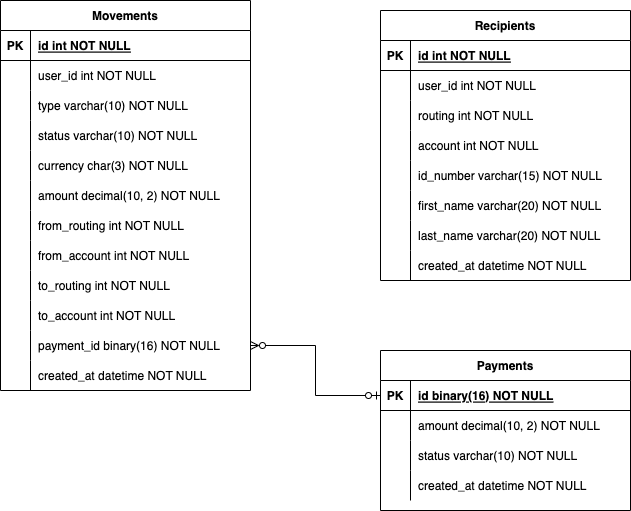
Before: docs/models.png, a diagram exported from draw.io (ariel17/ontop_challenge). Source tidied: cells renumbered, new cells last; positions are measured from the earlier drawing's top-left corner, leaving out a move shared by most shapes.
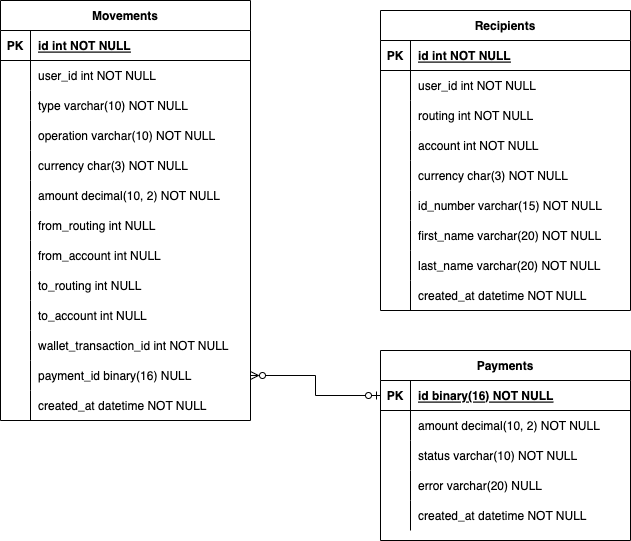
The same file after the commit.

Commit message:
Updates models diagram.

Change to the diagram source:
```diff
@@ -3,7 +3,7 @@
     <mxCell id="0" />
     <mxCell id="1" parent="0" />
     <mxCell id="2" value="Movements" style="shape=table;startSize=30;rowLines=0;fontStyle=1;align=center;" parent="1" vertex="1">
-      <mxGeometry width="250" height="390" as="geometry" />
+      <mxGeometry width="250" height="420" as="geometry" />
     </mxCell>
     <mxCell id="3" style="shape=partialRectangle;fillColor=none;top=0;left=0;right=0;bottom=1;" parent="2" vertex="1">
       <mxGeometry y="30" width="250" height="30" as="geometry" />
@@ -38,7 +38,7 @@
     <mxCell id="13" style="shape=partialRectangle;overflow=hidden;fillColor=none;top=0;left=0;bottom=0;right=0;" parent="12" vertex="1">
       <mxGeometry width="30" height="30" as="geometry" />
     </mxCell>
-    <mxCell id="14" value="status varchar(10) NOT NULL" style="shape=partialRectangle;overflow=hidden;fillColor=none;top=0;left=0;bottom=0;right=0;align=left;spacingLeft=6;" parent="12" vertex="1">
+    <mxCell id="14" value="operation varchar(10) NOT NULL" style="shape=partialRectangle;overflow=hidden;fillColor=none;top=0;left=0;bottom=0;right=0;align=left;spacingLeft=6;" parent="12" vertex="1">
       <mxGeometry x="30" width="220" height="30" as="geometry" />
     </mxCell>
     <mxCell id="15" style="shape=partialRectangle;fillColor=none;top=0;left=0;right=0;bottom=0;" parent="2" vertex="1">
@@ -65,7 +65,7 @@
     <mxCell id="22" style="shape=partialRectangle;overflow=hidden;fillColor=none;top=0;left=0;bottom=0;right=0;" parent="21" vertex="1">
       <mxGeometry width="30" height="30" as="geometry" />
     </mxCell>
-    <mxCell id="23" value="from_routing int NOT NULL" style="shape=partialRectangle;overflow=hidden;fillColor=none;top=0;left=0;bottom=0;right=0;align=left;spacingLeft=6;" parent="21" vertex="1">
+    <mxCell id="23" value="from_routing int NULL" style="shape=partialRectangle;overflow=hidden;fillColor=none;top=0;left=0;bottom=0;right=0;align=left;spacingLeft=6;" parent="21" vertex="1">
       <mxGeometry x="30" width="220" height="30" as="geometry" />
     </mxCell>
     <mxCell id="24" style="shape=partialRectangle;fillColor=none;top=0;left=0;right=0;bottom=0;" parent="2" vertex="1">
@@ -74,7 +74,7 @@
     <mxCell id="25" style="shape=partialRectangle;overflow=hidden;fillColor=none;top=0;left=0;bottom=0;right=0;" parent="24" vertex="1">
       <mxGeometry width="30" height="30" as="geometry" />
     </mxCell>
-    <mxCell id="26" value="from_account int NOT NULL" style="shape=partialRectangle;overflow=hidden;fillColor=none;top=0;left=0;bottom=0;right=0;align=left;spacingLeft=6;" parent="24" vertex="1">
+    <mxCell id="26" value="from_account int NULL" style="shape=partialRectangle;overflow=hidden;fillColor=none;top=0;left=0;bottom=0;right=0;align=left;spacingLeft=6;" parent="24" vertex="1">
       <mxGeometry x="30" width="220" height="30" as="geometry" />
     </mxCell>
     <mxCell id="27" style="shape=partialRectangle;fillColor=none;top=0;left=0;right=0;bottom=0;" parent="2" vertex="1">
@@ -83,7 +83,7 @@
     <mxCell id="28" style="shape=partialRectangle;overflow=hidden;fillColor=none;top=0;left=0;bottom=0;right=0;" parent="27" vertex="1">
       <mxGeometry width="30" height="30" as="geometry" />
     </mxCell>
-    <mxCell id="29" value="to_routing int NOT NULL" style="shape=partialRectangle;overflow=hidden;fillColor=none;top=0;left=0;bottom=0;right=0;align=left;spacingLeft=6;" parent="27" vertex="1">
+    <mxCell id="29" value="to_routing int NULL" style="shape=partialRectangle;overflow=hidden;fillColor=none;top=0;left=0;bottom=0;right=0;align=left;spacingLeft=6;" parent="27" vertex="1">
       <mxGeometry x="30" width="220" height="30" as="geometry" />
     </mxCell>
     <mxCell id="30" style="shape=partialRectangle;fillColor=none;top=0;left=0;right=0;bottom=0;" parent="2" vertex="1">
@@ -92,20 +92,29 @@
     <mxCell id="31" style="shape=partialRectangle;overflow=hidden;fillColor=none;top=0;left=0;bottom=0;right=0;" parent="30" vertex="1">
       <mxGeometry width="30" height="30" as="geometry" />
     </mxCell>
-    <mxCell id="32" value="to_account int NOT NULL" style="shape=partialRectangle;overflow=hidden;fillColor=none;top=0;left=0;bottom=0;right=0;align=left;spacingLeft=6;" parent="30" vertex="1">
+    <mxCell id="32" value="to_account int NULL" style="shape=partialRectangle;overflow=hidden;fillColor=none;top=0;left=0;bottom=0;right=0;align=left;spacingLeft=6;" parent="30" vertex="1">
       <mxGeometry x="30" width="220" height="30" as="geometry" />
     </mxCell>
+    <mxCell id="78" style="shape=partialRectangle;fillColor=none;top=0;left=0;right=0;bottom=0;" parent="2" vertex="1">
+      <mxGeometry y="330" width="250" height="30" as="geometry" />
+    </mxCell>
+    <mxCell id="79" style="shape=partialRectangle;overflow=hidden;fillColor=none;top=0;left=0;bottom=0;right=0;" parent="78" vertex="1">
+      <mxGeometry width="30" height="30" as="geometry" />
+    </mxCell>
+    <mxCell id="80" value="wallet_transaction_id int NOT NULL" style="shape=partialRectangle;overflow=hidden;fillColor=none;top=0;left=0;bottom=0;right=0;align=left;spacingLeft=6;" parent="78" vertex="1">
+      <mxGeometry x="30" width="220" height="30" as="geometry" />
+    </mxCell>
     <mxCell id="33" style="shape=partialRectangle;fillColor=none;points=[[0,0.5],[1,0.5]];portConstraint=eastwest;top=0;left=0;right=0;bottom=0;" parent="2" vertex="1">
-      <mxGeometry y="330" width="250" height="30" as="geometry" />
+      <mxGeometry y="360" width="250" height="30" as="geometry" />
     </mxCell>
     <mxCell id="34" style="shape=partialRectangle;overflow=hidden;fillColor=none;top=0;left=0;bottom=0;right=0;" parent="33" vertex="1">
       <mxGeometry width="30" height="30" as="geometry" />
     </mxCell>
-    <mxCell id="35" value="payment_id binary(16) NOT NULL" style="shape=partialRectangle;overflow=hidden;fillColor=none;top=0;left=0;bottom=0;right=0;align=left;spacingLeft=6;" parent="33" vertex="1">
+    <mxCell id="35" value="payment_id binary(16) NULL" style="shape=partialRectangle;overflow=hidden;fillColor=none;top=0;left=0;bottom=0;right=0;align=left;spacingLeft=6;" parent="33" vertex="1">
       <mxGeometry x="30" width="220" height="30" as="geometry" />
     </mxCell>
     <mxCell id="36" style="shape=partialRectangle;fillColor=none;top=0;left=0;right=0;bottom=0;" parent="2" vertex="1">
-      <mxGeometry y="360" width="250" height="30" as="geometry" />
+      <mxGeometry y="390" width="250" height="30" as="geometry" />
     </mxCell>
     <mxCell id="37" style="shape=partialRectangle;overflow=hidden;fillColor=none;top=0;left=0;bottom=0;right=0;" parent="36" vertex="1">
       <mxGeometry width="30" height="30" as="geometry" />
@@ -114,7 +123,7 @@
       <mxGeometry x="30" width="220" height="30" as="geometry" />
     </mxCell>
     <mxCell id="39" value="Payments" style="shape=table;startSize=30;rowLines=0;fontStyle=1;align=center;" parent="1" vertex="1">
-      <mxGeometry x="380" y="350" width="250" height="160" as="geometry" />
+      <mxGeometry x="380" y="350" width="250" height="190" as="geometry" />
     </mxCell>
     <mxCell id="40" style="shape=partialRectangle;fillColor=none;points=[[0,0.5],[1,0.5]];portConstraint=eastwest;top=0;left=0;right=0;bottom=1;" parent="39" vertex="1">
       <mxGeometry y="30" width="250" height="30" as="geometry" />
@@ -149,11 +158,20 @@
     <mxCell id="50" style="shape=partialRectangle;overflow=hidden;fillColor=none;top=0;left=0;bottom=0;right=0;" parent="49" vertex="1">
       <mxGeometry width="30" height="30" as="geometry" />
     </mxCell>
-    <mxCell id="51" value="created_at datetime NOT NULL" style="shape=partialRectangle;overflow=hidden;fillColor=none;top=0;left=0;bottom=0;right=0;align=left;spacingLeft=6;" parent="49" vertex="1">
+    <mxCell id="51" value="error varchar(20) NULL" style="shape=partialRectangle;overflow=hidden;fillColor=none;top=0;left=0;bottom=0;right=0;align=left;spacingLeft=6;" parent="49" vertex="1">
       <mxGeometry x="30" width="220" height="30" as="geometry" />
     </mxCell>
+    <mxCell id="81" style="shape=partialRectangle;fillColor=none;top=0;left=0;right=0;bottom=0;" parent="39" vertex="1">
+      <mxGeometry y="150" width="250" height="30" as="geometry" />
+    </mxCell>
+    <mxCell id="82" style="shape=partialRectangle;overflow=hidden;fillColor=none;top=0;left=0;bottom=0;right=0;" parent="81" vertex="1">
+      <mxGeometry width="30" height="30" as="geometry" />
+    </mxCell>
+    <mxCell id="83" value="created_at datetime NOT NULL" style="shape=partialRectangle;overflow=hidden;fillColor=none;top=0;left=0;bottom=0;right=0;align=left;spacingLeft=6;" parent="81" vertex="1">
+      <mxGeometry x="30" width="220" height="30" as="geometry" />
+    </mxCell>
     <mxCell id="52" value="Recipients" style="shape=table;startSize=30;rowLines=0;fontStyle=1;align=center;" parent="1" vertex="1">
-      <mxGeometry x="380" y="10" width="250" height="270" as="geometry" />
+      <mxGeometry x="380" y="10" width="250" height="300" as="geometry" />
     </mxCell>
     <mxCell id="53" style="shape=partialRectangle;fillColor=none;top=0;left=0;right=0;bottom=1;" parent="52" vertex="1">
       <mxGeometry y="30" width="250" height="30" as="geometry" />
@@ -191,8 +209,17 @@
     <mxCell id="64" value="account int NOT NULL" style="shape=partialRectangle;overflow=hidden;fillColor=none;top=0;left=0;bottom=0;right=0;align=left;spacingLeft=6;" parent="62" vertex="1">
       <mxGeometry x="30" width="220" height="30" as="geometry" />
     </mxCell>
+    <mxCell id="84" style="shape=partialRectangle;fillColor=none;top=0;left=0;right=0;bottom=0;" parent="52" vertex="1">
+      <mxGeometry y="150" width="250" height="30" as="geometry" />
+    </mxCell>
+    <mxCell id="85" style="shape=partialRectangle;overflow=hidden;fillColor=none;top=0;left=0;bottom=0;right=0;" parent="84" vertex="1">
+      <mxGeometry width="30" height="30" as="geometry" />
+    </mxCell>
+    <mxCell id="86" value="currency char(3) NOT NULL" style="shape=partialRectangle;overflow=hidden;fillColor=none;top=0;left=0;bottom=0;right=0;align=left;spacingLeft=6;" parent="84" vertex="1">
+      <mxGeometry x="30" width="220" height="30" as="geometry" />
+    </mxCell>
     <mxCell id="65" style="shape=partialRectangle;fillColor=none;top=0;left=0;right=0;bottom=0;" parent="52" vertex="1">
-      <mxGeometry y="150" width="250" height="30" as="geometry" />
+      <mxGeometry y="180" width="250" height="30" as="geometry" />
     </mxCell>
     <mxCell id="66" style="shape=partialRectangle;overflow=hidden;fillColor=none;top=0;left=0;bottom=0;right=0;" parent="65" vertex="1">
       <mxGeometry width="30" height="30" as="geometry" />
@@ -201,7 +228,7 @@
       <mxGeometry x="30" width="220" height="30" as="geometry" />
     </mxCell>
     <mxCell id="68" style="shape=partialRectangle;fillColor=none;top=0;left=0;right=0;bottom=0;" parent="52" vertex="1">
-      <mxGeometry y="180" width="250" height="30" as="geometry" />
+      <mxGeometry y="210" width="250" height="30" as="geometry" />
     </mxCell>
     <mxCell id="69" style="shape=partialRectangle;overflow=hidden;fillColor=none;top=0;left=0;bottom=0;right=0;" parent="68" vertex="1">
       <mxGeometry width="30" height="30" as="geometry" />
@@ -210,7 +237,7 @@
       <mxGeometry x="30" width="220" height="30" as="geometry" />
     </mxCell>
     <mxCell id="71" style="shape=partialRectangle;fillColor=none;top=0;left=0;right=0;bottom=0;" parent="52" vertex="1">
-      <mxGeometry y="210" width="250" height="30" as="geometry" />
+      <mxGeometry y="240" width="250" height="30" as="geometry" />
     </mxCell>
     <mxCell id="72" style="shape=partialRectangle;overflow=hidden;fillColor=none;top=0;left=0;bottom=0;right=0;" parent="71" vertex="1">
       <mxGeometry width="30" height="30" as="geometry" />
@@ -219,7 +246,7 @@
       <mxGeometry x="30" width="220" height="30" as="geometry" />
     </mxCell>
     <mxCell id="74" style="shape=partialRectangle;fillColor=none;top=0;left=0;right=0;bottom=0;" parent="52" vertex="1">
-      <mxGeometry y="240" width="250" height="30" as="geometry" />
+      <mxGeometry y="270" width="250" height="30" as="geometry" />
     </mxCell>
     <mxCell id="75" style="shape=partialRectangle;overflow=hidden;fillColor=none;top=0;left=0;bottom=0;right=0;" parent="74" vertex="1">
       <mxGeometry width="30" height="30" as="geometry" />
```
